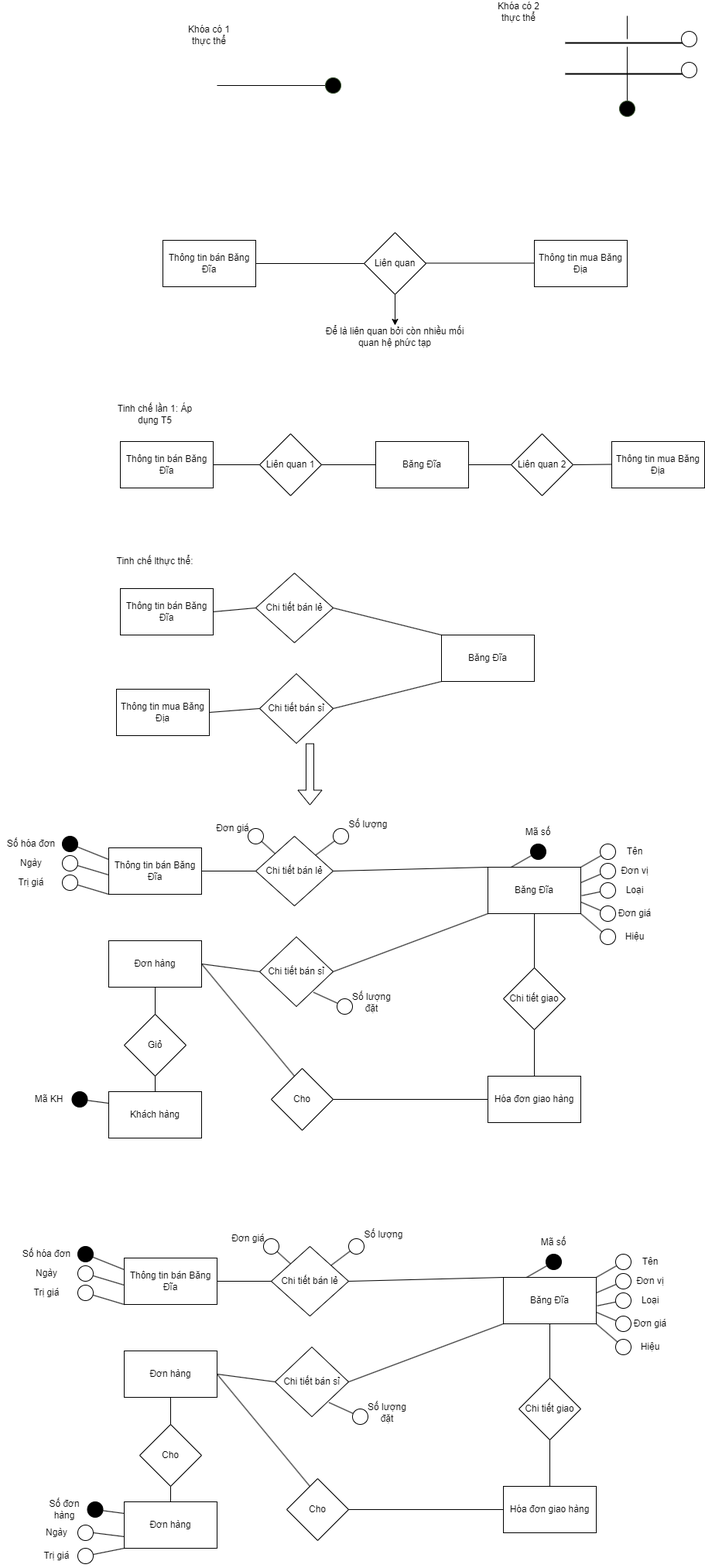
datnham0212/learning keeps this draw.io diagram as Khóa(Chương 2).png. Above is the earlier version. Source tidied: cells renumbered, new cells last; positions are measured from the earlier drawing's top-left corner, leaving out a move shared by most shapes.
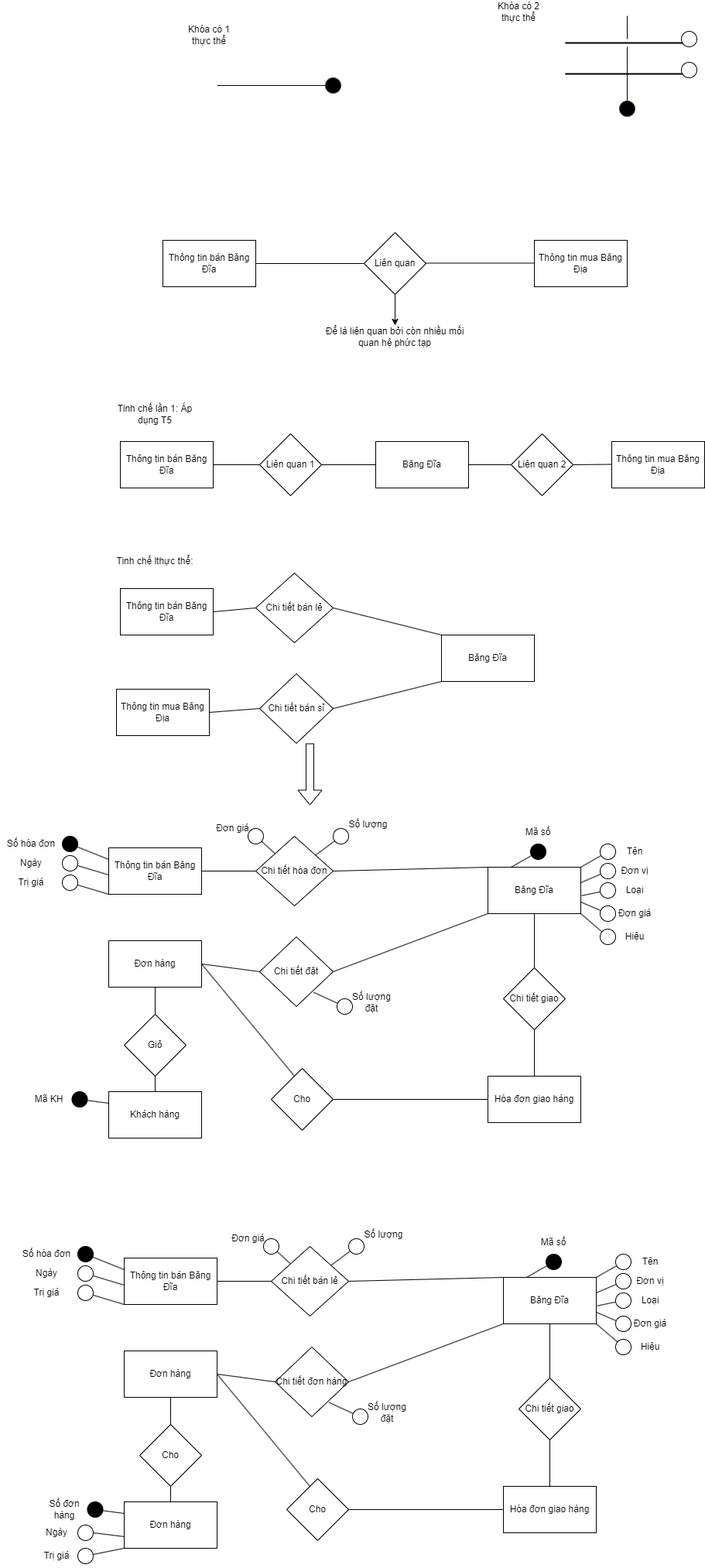
Later version of the same file.

Diff of the diagram source:
```diff
@@ -141,7 +141,7 @@
     <mxCell id="40" value="Băng Đĩa" style="rounded=0;whiteSpace=wrap;html=1;" parent="1" vertex="1">
       <mxGeometry x="630" y="1120" width="120" height="60" as="geometry" />
     </mxCell>
-    <mxCell id="41" value="Chi tiết bán lẻ" style="rhombus;whiteSpace=wrap;html=1;" parent="1" vertex="1">
+    <mxCell id="41" value="Chi tiết hóa đơn" style="rhombus;whiteSpace=wrap;html=1;" parent="1" vertex="1">
       <mxGeometry x="330" y="1080" width="100" height="90" as="geometry" />
     </mxCell>
     <mxCell id="42" value="Đơn hàng" style="rounded=0;whiteSpace=wrap;html=1;" parent="1" vertex="1">
@@ -156,7 +156,7 @@
     <mxCell id="45" style="endArrow=none;html=1;rounded=0;entryX=1;entryY=0.5;entryDx=0;entryDy=0;exitX=0;exitY=0.5;exitDx=0;exitDy=0;" parent="1" edge="1" source="46" target="42">
       <mxGeometry relative="1" as="geometry" />
     </mxCell>
-    <mxCell id="46" value="Chi tiết bán sỉ" style="rhombus;whiteSpace=wrap;html=1;" parent="1" vertex="1">
+    <mxCell id="46" value="Chi tiết đặt" style="rhombus;whiteSpace=wrap;html=1;" parent="1" vertex="1">
       <mxGeometry x="335" y="1210" width="95" height="90" as="geometry" />
     </mxCell>
     <mxCell id="47" style="endArrow=none;html=1;rounded=0;entryX=1;entryY=0.5;entryDx=0;entryDy=0;exitX=0;exitY=1;exitDx=0;exitDy=0;" parent="1" edge="1" source="40" target="46">
@@ -353,7 +353,7 @@
     <mxCell id="105" style="endArrow=none;html=1;rounded=0;entryX=1;entryY=0.5;entryDx=0;entryDy=0;exitX=0;exitY=0.5;exitDx=0;exitDy=0;" parent="1" edge="1" source="106" target="102">
       <mxGeometry relative="1" as="geometry" />
     </mxCell>
-    <mxCell id="106" value="Chi tiết bán sỉ" style="rhombus;whiteSpace=wrap;html=1;" parent="1" vertex="1">
+    <mxCell id="106" value="Chi tiết đơn hàng" style="rhombus;whiteSpace=wrap;html=1;" parent="1" vertex="1">
       <mxGeometry x="355" y="1740" width="95" height="90" as="geometry" />
     </mxCell>
     <mxCell id="107" style="endArrow=none;html=1;rounded=0;entryX=1;entryY=0.5;entryDx=0;entryDy=0;exitX=0;exitY=1;exitDx=0;exitDy=0;" parent="1" edge="1" source="100" target="106">
```
